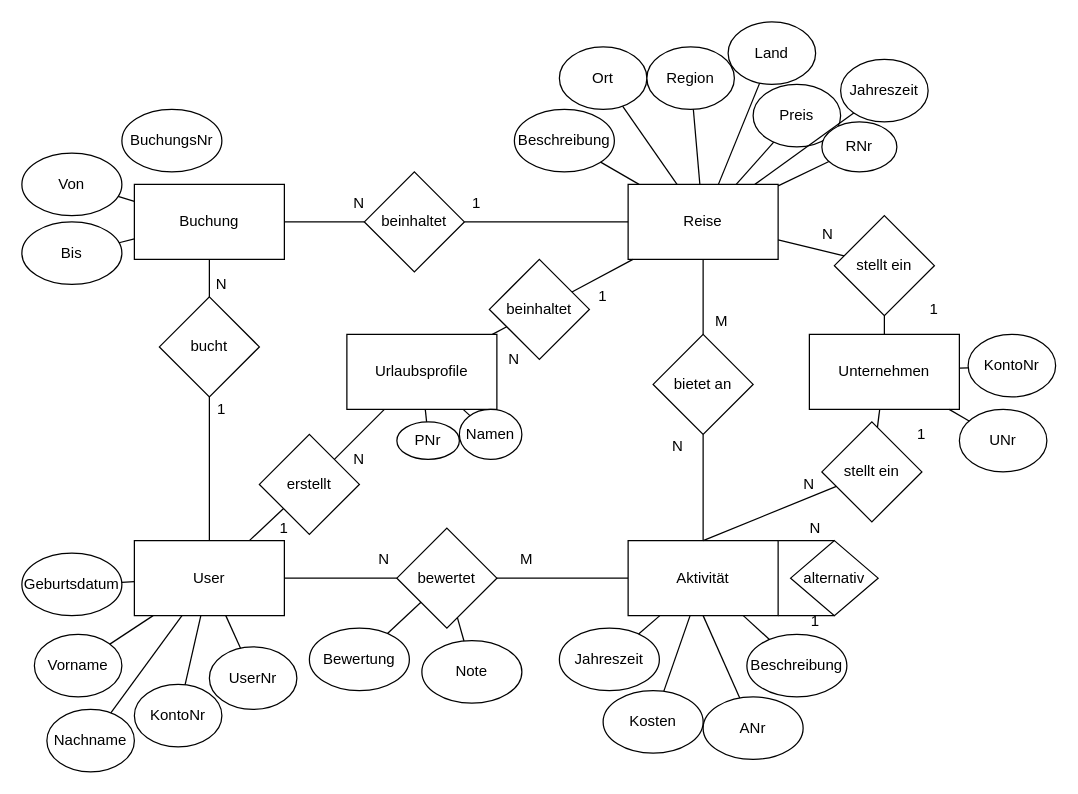
The draw.io diagram Praktikum3/SWT2Datenbank.drawio in DingFing/TravelProject, before the edit. Source tidied: cells renumbered, new cells numbered last; positions are measured from the earlier drawing's top-left corner, leaving out a move shared by most shapes. Both pictures are drawn from the tidied source at 125%, with x=0, y=0 at pixel (21, 21).
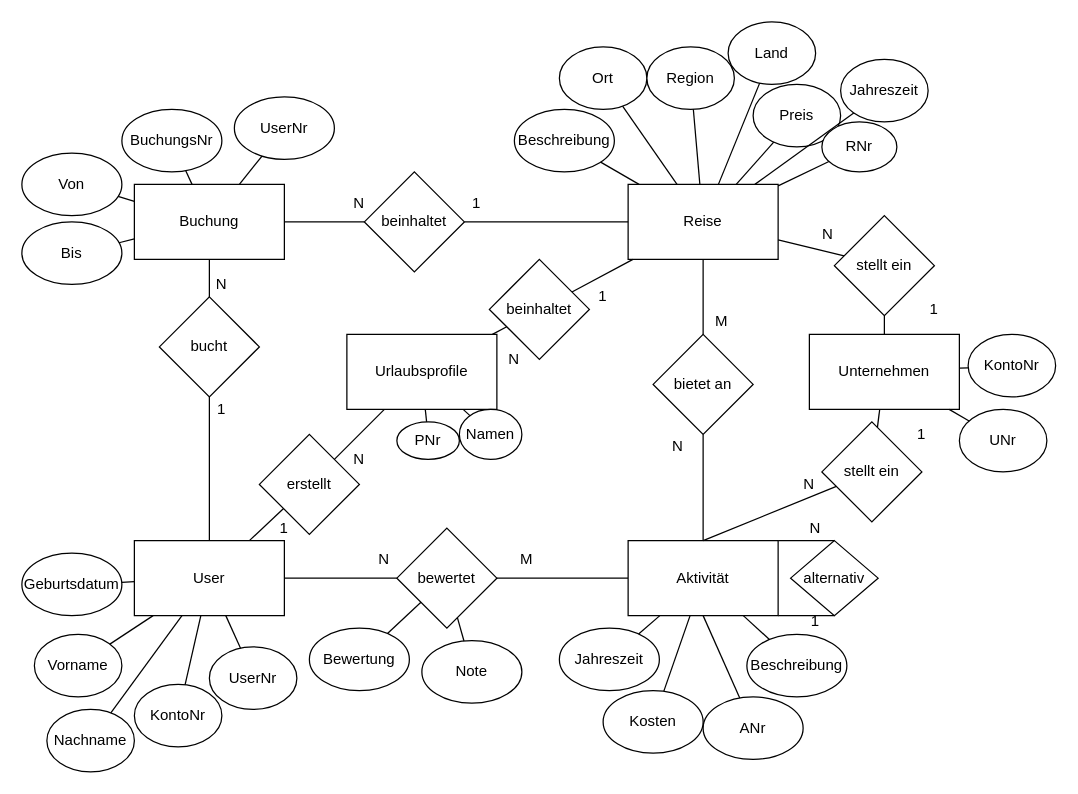
After the change.

The change refers to these unchanged cells:
```xml
<mxCell id="40" value="Buchung" style="rounded=0;whiteSpace=wrap;html=1;" parent="1" vertex="1">
  <mxGeometry x="90" y="130" width="120" height="60" as="geometry" />
</mxCell>
<mxCell id="80" value="BuchungsNr" style="ellipse;whiteSpace=wrap;html=1;" parent="1" vertex="1">
  <mxGeometry x="80" y="70" width="80" height="50" as="geometry" />
</mxCell>
```

What changed in the source:
```diff
@@
+    <mxCell id="102" value="UserNr" style="ellipse;whiteSpace=wrap;html=1;" parent="1" vertex="1">
+      <mxGeometry x="170" y="60" width="80" height="50" as="geometry" />
+    </mxCell>
+    <mxCell id="103" style="endArrow=none;html=1;" parent="1" edge="1" source="40" target="102">
+      <mxGeometry relative="1" as="geometry" />
+    </mxCell>
+    <mxCell id="104" style="endArrow=none;html=1;" parent="1" edge="1" source="40" target="80">
+      <mxGeometry relative="1" as="geometry" />
+    </mxCell>
```
